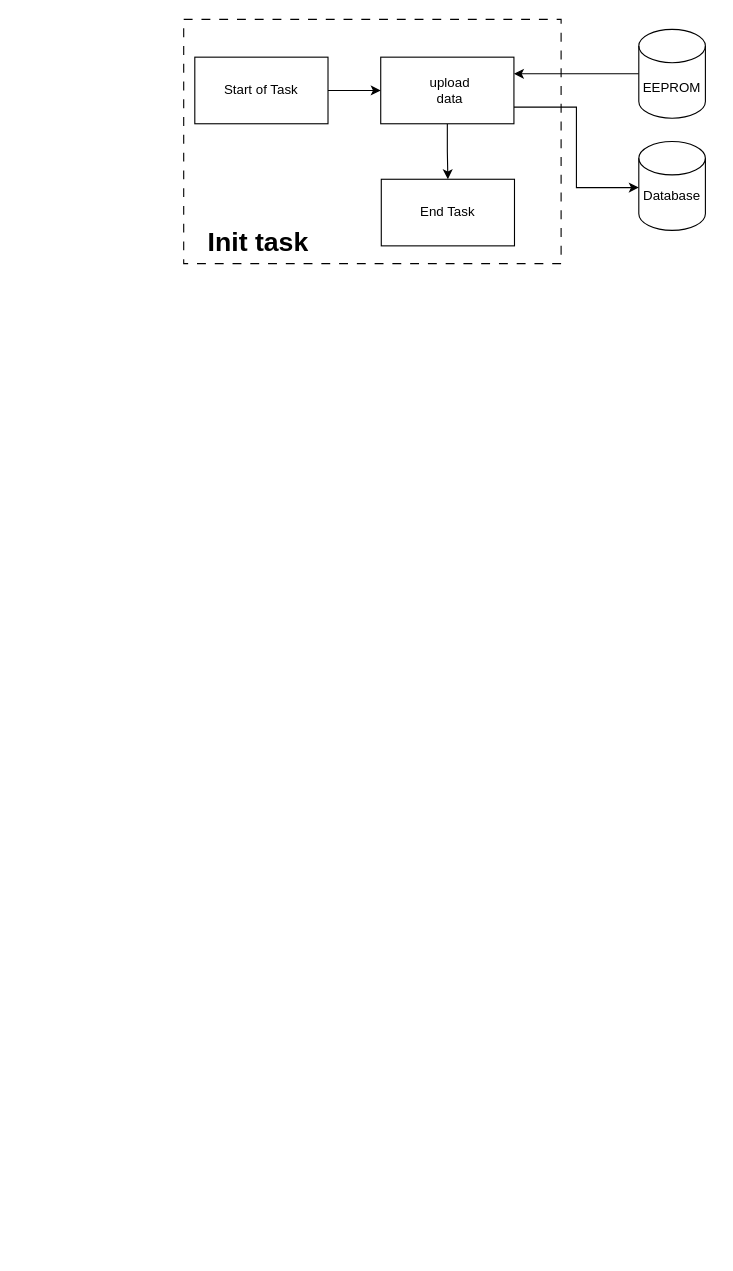
This is page "init task" (9 of 11) of ESP devices buildup.drawio from LBroKerR/ESP32_Thermostats, a draw.io file, before an edit. Source tidied: cells renumbered, new cells numbered last; positions are measured from the earlier drawing's top-left corner, leaving out a move shared by most shapes. Both pictures are drawn from the tidied source at 111%, with x=0, y=0 at pixel (183, 19).
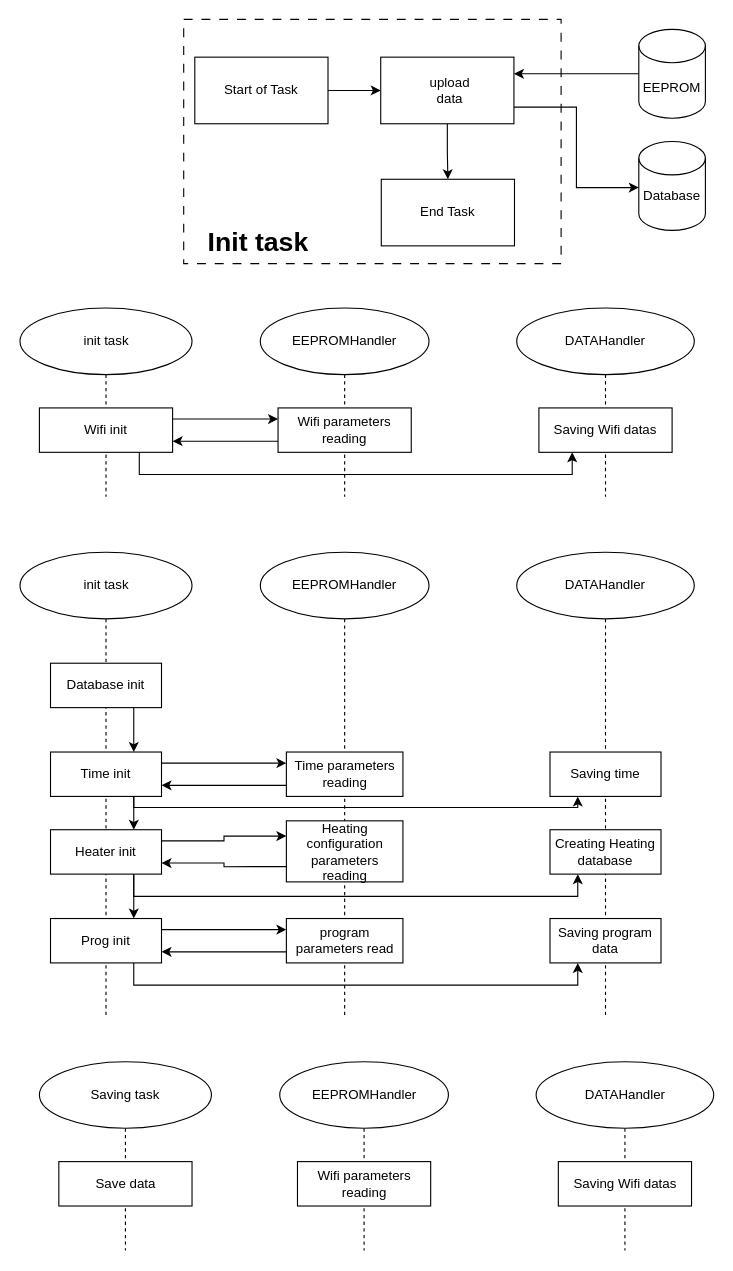
Above is the later version.

Commit message (it also covers changes not shown here):
init task flows

Diff of the diagram source:
```diff
@@
+    <mxCell id="15" style="edgeStyle=orthogonalEdgeStyle;rounded=0;jettySize=auto;html=1;exitX=0.5;exitY=1;exitDx=0;exitDy=0;dashed=1;endArrow=none;endFill=0;" parent="1" edge="1" source="16">
+      <mxGeometry relative="1" as="geometry">
+        <mxPoint x="-70" y="430" as="targetPoint" />
+      </mxGeometry>
+    </mxCell>
+    <mxCell id="16" value="init task" style="ellipse;whiteSpace=wrap;html=1;" parent="1" vertex="1">
+      <mxGeometry x="-147.5" y="260" width="155" height="60" as="geometry" />
+    </mxCell>
+    <mxCell id="17" style="edgeStyle=orthogonalEdgeStyle;rounded=0;jettySize=auto;html=1;exitX=0.5;exitY=1;exitDx=0;exitDy=0;dashed=1;endArrow=none;endFill=0;" parent="1" edge="1" source="18">
+      <mxGeometry relative="1" as="geometry">
+        <mxPoint x="145" y="430" as="targetPoint" />
+      </mxGeometry>
+    </mxCell>
+    <mxCell id="18" value="EEPROMHandler" style="ellipse;whiteSpace=wrap;html=1;" parent="1" vertex="1">
+      <mxGeometry x="69" y="260" width="152" height="60" as="geometry" />
+    </mxCell>
+    <mxCell id="19" style="edgeStyle=orthogonalEdgeStyle;rounded=0;jettySize=auto;html=1;exitX=0.5;exitY=1;exitDx=0;exitDy=0;dashed=1;endArrow=none;endFill=0;" parent="1" edge="1" source="20">
+      <mxGeometry relative="1" as="geometry">
+        <mxPoint x="380" y="430" as="targetPoint" />
+      </mxGeometry>
+    </mxCell>
+    <mxCell id="20" value="DATAHandler" style="ellipse;whiteSpace=wrap;html=1;" parent="1" vertex="1">
+      <mxGeometry x="300" y="260" width="160" height="60" as="geometry" />
+    </mxCell>
+    <mxCell id="21" style="edgeStyle=orthogonalEdgeStyle;rounded=0;jettySize=auto;html=1;exitX=1;exitY=0.25;exitDx=0;exitDy=0;entryX=0;entryY=0.25;entryDx=0;entryDy=0;" parent="1" edge="1" source="23" target="25">
+      <mxGeometry relative="1" as="geometry" />
+    </mxCell>
+    <mxCell id="22" style="edgeStyle=orthogonalEdgeStyle;rounded=0;jettySize=auto;html=1;exitX=0.75;exitY=1;exitDx=0;exitDy=0;entryX=0.25;entryY=1;entryDx=0;entryDy=0;" parent="1" edge="1" source="23" target="26">
+      <mxGeometry relative="1" as="geometry" />
+    </mxCell>
+    <mxCell id="23" value="Wifi init" style="rounded=0;whiteSpace=wrap;html=1;" parent="1" vertex="1">
+      <mxGeometry x="-130" y="350" width="120" height="40" as="geometry" />
+    </mxCell>
+    <mxCell id="24" style="edgeStyle=orthogonalEdgeStyle;rounded=0;jettySize=auto;html=1;exitX=0;exitY=0.75;exitDx=0;exitDy=0;entryX=1;entryY=0.75;entryDx=0;entryDy=0;" parent="1" edge="1" source="25" target="23">
+      <mxGeometry relative="1" as="geometry" />
+    </mxCell>
+    <mxCell id="25" value="Wifi parameters reading" style="rounded=0;whiteSpace=wrap;html=1;" parent="1" vertex="1">
+      <mxGeometry x="85" y="350" width="120" height="40" as="geometry" />
+    </mxCell>
+    <mxCell id="26" value="Saving Wifi datas" style="rounded=0;whiteSpace=wrap;html=1;" parent="1" vertex="1">
+      <mxGeometry x="320" y="350" width="120" height="40" as="geometry" />
+    </mxCell>
+    <mxCell id="27" style="edgeStyle=orthogonalEdgeStyle;rounded=0;jettySize=auto;html=1;exitX=0.5;exitY=1;exitDx=0;exitDy=0;dashed=1;endArrow=none;endFill=0;" parent="1" edge="1" source="28">
+      <mxGeometry relative="1" as="geometry">
+        <mxPoint x="-70" y="900" as="targetPoint" />
+      </mxGeometry>
+    </mxCell>
+    <mxCell id="28" value="init task" style="ellipse;whiteSpace=wrap;html=1;" parent="1" vertex="1">
+      <mxGeometry x="-147.5" y="480" width="155" height="60" as="geometry" />
+    </mxCell>
+    <mxCell id="29" style="edgeStyle=orthogonalEdgeStyle;rounded=0;jettySize=auto;html=1;exitX=0.5;exitY=1;exitDx=0;exitDy=0;dashed=1;endArrow=none;endFill=0;" parent="1" edge="1" source="30">
+      <mxGeometry relative="1" as="geometry">
+        <mxPoint x="145" y="900" as="targetPoint" />
+      </mxGeometry>
+    </mxCell>
+    <mxCell id="30" value="EEPROMHandler" style="ellipse;whiteSpace=wrap;html=1;" parent="1" vertex="1">
+      <mxGeometry x="69" y="480" width="152" height="60" as="geometry" />
+    </mxCell>
+    <mxCell id="31" style="edgeStyle=orthogonalEdgeStyle;rounded=0;jettySize=auto;html=1;exitX=0.5;exitY=1;exitDx=0;exitDy=0;dashed=1;endArrow=none;endFill=0;" parent="1" edge="1" source="32">
+      <mxGeometry relative="1" as="geometry">
+        <mxPoint x="380" y="900" as="targetPoint" />
+      </mxGeometry>
+    </mxCell>
+    <mxCell id="32" value="DATAHandler" style="ellipse;whiteSpace=wrap;html=1;" parent="1" vertex="1">
+      <mxGeometry x="300" y="480" width="160" height="60" as="geometry" />
+    </mxCell>
+    <mxCell id="33" style="edgeStyle=orthogonalEdgeStyle;rounded=0;jettySize=auto;html=1;exitX=0.75;exitY=1;exitDx=0;exitDy=0;entryX=0.75;entryY=0;entryDx=0;entryDy=0;" parent="1" edge="1" source="34" target="41">
+      <mxGeometry relative="1" as="geometry" />
+    </mxCell>
+    <mxCell id="34" value="Database init" style="rounded=0;whiteSpace=wrap;html=1;" parent="1" vertex="1">
+      <mxGeometry x="-120" y="580" width="100" height="40" as="geometry" />
+    </mxCell>
+    <mxCell id="35" style="edgeStyle=orthogonalEdgeStyle;rounded=0;jettySize=auto;html=1;exitX=0;exitY=0.75;exitDx=0;exitDy=0;entryX=1;entryY=0.75;entryDx=0;entryDy=0;" parent="1" edge="1" source="36" target="41">
+      <mxGeometry relative="1" as="geometry" />
+    </mxCell>
+    <mxCell id="36" value="Time parameters reading" style="rounded=0;whiteSpace=wrap;html=1;" parent="1" vertex="1">
+      <mxGeometry x="92.5" y="660" width="105" height="40" as="geometry" />
+    </mxCell>
+    <mxCell id="37" value="Saving time" style="rounded=0;whiteSpace=wrap;html=1;" parent="1" vertex="1">
+      <mxGeometry x="330" y="660" width="100" height="40" as="geometry" />
+    </mxCell>
+    <mxCell id="38" style="edgeStyle=orthogonalEdgeStyle;rounded=0;jettySize=auto;html=1;exitX=0.75;exitY=1;exitDx=0;exitDy=0;entryX=0.75;entryY=0;entryDx=0;entryDy=0;" parent="1" edge="1" source="41" target="45">
+      <mxGeometry relative="1" as="geometry" />
+    </mxCell>
+    <mxCell id="39" style="edgeStyle=orthogonalEdgeStyle;rounded=0;jettySize=auto;html=1;exitX=1;exitY=0.25;exitDx=0;exitDy=0;entryX=0;entryY=0.25;entryDx=0;entryDy=0;" parent="1" edge="1" source="41" target="36">
+      <mxGeometry relative="1" as="geometry" />
+    </mxCell>
+    <mxCell id="40" style="edgeStyle=orthogonalEdgeStyle;rounded=0;jettySize=auto;html=1;exitX=0.75;exitY=1;exitDx=0;exitDy=0;entryX=0.25;entryY=1;entryDx=0;entryDy=0;" parent="1" edge="1" source="41" target="37">
+      <mxGeometry relative="1" as="geometry">
+        <Array as="points">
+          <mxPoint x="-45" y="710" />
+          <mxPoint x="355" y="710" />
+        </Array>
+      </mxGeometry>
+    </mxCell>
+    <mxCell id="41" value="Time init" style="rounded=0;whiteSpace=wrap;html=1;" parent="1" vertex="1">
+      <mxGeometry x="-120" y="660" width="100" height="40" as="geometry" />
+    </mxCell>
+    <mxCell id="42" style="edgeStyle=orthogonalEdgeStyle;rounded=0;jettySize=auto;html=1;exitX=0.75;exitY=1;exitDx=0;exitDy=0;entryX=0.75;entryY=0;entryDx=0;entryDy=0;" parent="1" edge="1" source="45" target="48">
+      <mxGeometry relative="1" as="geometry" />
+    </mxCell>
+    <mxCell id="43" style="edgeStyle=orthogonalEdgeStyle;rounded=0;jettySize=auto;html=1;exitX=1;exitY=0.25;exitDx=0;exitDy=0;entryX=0;entryY=0.25;entryDx=0;entryDy=0;" parent="1" edge="1" source="45" target="50">
+      <mxGeometry relative="1" as="geometry" />
+    </mxCell>
+    <mxCell id="44" style="edgeStyle=orthogonalEdgeStyle;rounded=0;jettySize=auto;html=1;exitX=0.75;exitY=1;exitDx=0;exitDy=0;entryX=0.25;entryY=1;entryDx=0;entryDy=0;" parent="1" edge="1" source="45" target="53">
+      <mxGeometry relative="1" as="geometry" />
+    </mxCell>
+    <mxCell id="45" value="Heater init" style="rounded=0;whiteSpace=wrap;html=1;" parent="1" vertex="1">
+      <mxGeometry x="-120" y="730" width="100" height="40" as="geometry" />
+    </mxCell>
+    <mxCell id="46" style="edgeStyle=orthogonalEdgeStyle;rounded=0;jettySize=auto;html=1;exitX=1;exitY=0.25;exitDx=0;exitDy=0;entryX=0;entryY=0.25;entryDx=0;entryDy=0;" parent="1" edge="1" source="48" target="52">
+      <mxGeometry relative="1" as="geometry" />
+    </mxCell>
+    <mxCell id="47" style="edgeStyle=orthogonalEdgeStyle;rounded=0;jettySize=auto;html=1;exitX=0.75;exitY=1;exitDx=0;exitDy=0;entryX=0.25;entryY=1;entryDx=0;entryDy=0;" parent="1" edge="1" source="48" target="54">
+      <mxGeometry relative="1" as="geometry" />
+    </mxCell>
+    <mxCell id="48" value="Prog init" style="rounded=0;whiteSpace=wrap;html=1;" parent="1" vertex="1">
+      <mxGeometry x="-120" y="810" width="100" height="40" as="geometry" />
+    </mxCell>
+    <mxCell id="49" style="edgeStyle=orthogonalEdgeStyle;rounded=0;jettySize=auto;html=1;exitX=0;exitY=0.75;exitDx=0;exitDy=0;entryX=1;entryY=0.75;entryDx=0;entryDy=0;" parent="1" edge="1" source="50" target="45">
+      <mxGeometry relative="1" as="geometry" />
+    </mxCell>
+    <mxCell id="50" value="Heating configuration parameters reading" style="rounded=0;whiteSpace=wrap;html=1;" parent="1" vertex="1">
+      <mxGeometry x="92.5" y="722" width="105" height="55" as="geometry" />
+    </mxCell>
+    <mxCell id="51" style="edgeStyle=orthogonalEdgeStyle;rounded=0;jettySize=auto;html=1;exitX=0;exitY=0.75;exitDx=0;exitDy=0;entryX=1;entryY=0.75;entryDx=0;entryDy=0;" parent="1" edge="1" source="52" target="48">
+      <mxGeometry relative="1" as="geometry" />
+    </mxCell>
+    <mxCell id="52" value="program parameters read" style="rounded=0;whiteSpace=wrap;html=1;" parent="1" vertex="1">
+      <mxGeometry x="92.5" y="810" width="105" height="40" as="geometry" />
+    </mxCell>
+    <mxCell id="53" value="Creating Heating database" style="rounded=0;whiteSpace=wrap;html=1;" parent="1" vertex="1">
+      <mxGeometry x="330" y="730" width="100" height="40" as="geometry" />
+    </mxCell>
+    <mxCell id="54" value="Saving program data" style="rounded=0;whiteSpace=wrap;html=1;" parent="1" vertex="1">
+      <mxGeometry x="330" y="810" width="100" height="40" as="geometry" />
+    </mxCell>
+    <mxCell id="55" style="edgeStyle=orthogonalEdgeStyle;rounded=0;jettySize=auto;html=1;exitX=0.5;exitY=1;exitDx=0;exitDy=0;dashed=1;endArrow=none;endFill=0;" parent="1" edge="1" source="56">
+      <mxGeometry relative="1" as="geometry">
+        <mxPoint x="-52.5" y="1109" as="targetPoint" />
+      </mxGeometry>
+    </mxCell>
+    <mxCell id="56" value="Saving task" style="ellipse;whiteSpace=wrap;html=1;" parent="1" vertex="1">
+      <mxGeometry x="-130" y="939" width="155" height="60" as="geometry" />
+    </mxCell>
+    <mxCell id="57" style="edgeStyle=orthogonalEdgeStyle;rounded=0;jettySize=auto;html=1;exitX=0.5;exitY=1;exitDx=0;exitDy=0;dashed=1;endArrow=none;endFill=0;" parent="1" edge="1" source="58">
+      <mxGeometry relative="1" as="geometry">
+        <mxPoint x="162.5" y="1109" as="targetPoint" />
+      </mxGeometry>
+    </mxCell>
+    <mxCell id="58" value="EEPROMHandler" style="ellipse;whiteSpace=wrap;html=1;" parent="1" vertex="1">
+      <mxGeometry x="86.5" y="939" width="152" height="60" as="geometry" />
+    </mxCell>
+    <mxCell id="59" style="edgeStyle=orthogonalEdgeStyle;rounded=0;jettySize=auto;html=1;exitX=0.5;exitY=1;exitDx=0;exitDy=0;dashed=1;endArrow=none;endFill=0;" parent="1" edge="1" source="60">
+      <mxGeometry relative="1" as="geometry">
+        <mxPoint x="397.5" y="1109" as="targetPoint" />
+      </mxGeometry>
+    </mxCell>
+    <mxCell id="60" value="DATAHandler" style="ellipse;whiteSpace=wrap;html=1;" parent="1" vertex="1">
+      <mxGeometry x="317.5" y="939" width="160" height="60" as="geometry" />
+    </mxCell>
+    <mxCell id="61" value="Save data" style="rounded=0;whiteSpace=wrap;html=1;" parent="1" vertex="1">
+      <mxGeometry x="-112.5" y="1029" width="120" height="40" as="geometry" />
+    </mxCell>
+    <mxCell id="62" value="Wifi parameters reading" style="rounded=0;whiteSpace=wrap;html=1;" parent="1" vertex="1">
+      <mxGeometry x="102.5" y="1029" width="120" height="40" as="geometry" />
+    </mxCell>
+    <mxCell id="63" value="Saving Wifi datas" style="rounded=0;whiteSpace=wrap;html=1;" parent="1" vertex="1">
+      <mxGeometry x="337.5" y="1029" width="120" height="40" as="geometry" />
+    </mxCell>
```
